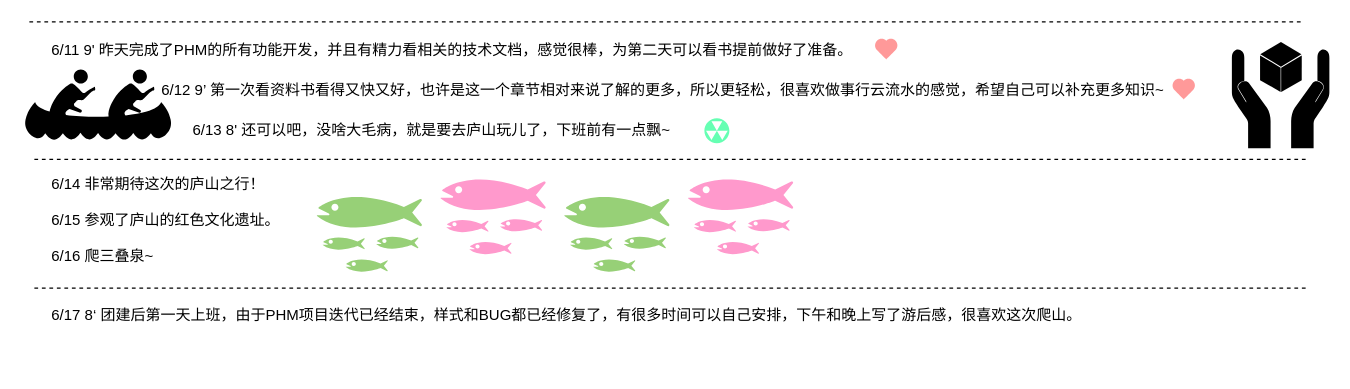
Earlier version of the draw.io diagram page "Page-2" (2 of 3) of Untitled Diagram.drawio (adnabb/Hello-World). Source tidied: cells renumbered, new cells numbered last; positions are measured from the earlier drawing's top-left corner, leaving out a move shared by most shapes. Both pictures are drawn from the tidied source at 125%, with x=0, y=0 at pixel (21, 21).
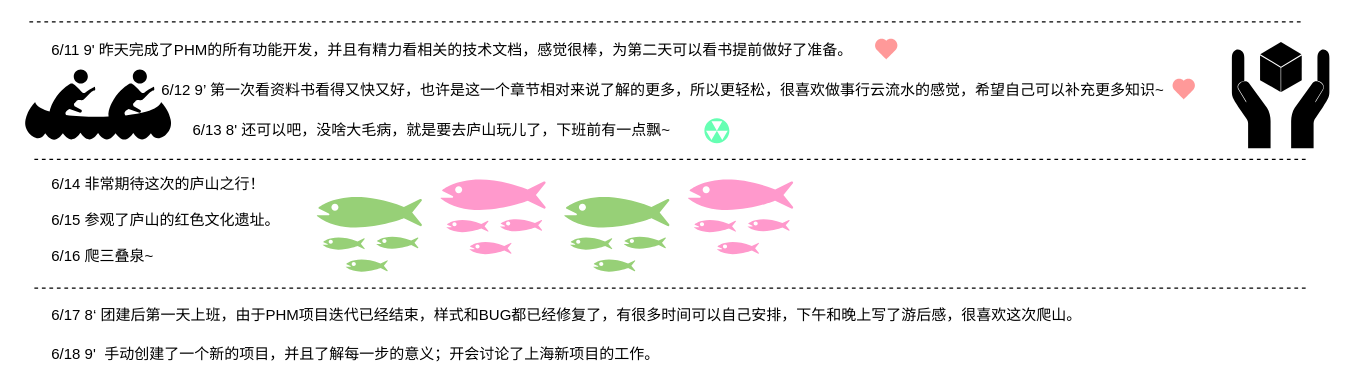
The same diagram, later.

Diff of the diagram source:
```diff
@@
+    <mxCell id="20" value="6/18 9'&amp;nbsp; 手动创建了一个新的项目，并且了解每一步的意义；开会讨论了上海新项目的工作。" style="text;html=1;align=left;verticalAlign=top;spacingTop=-4;" parent="1" vertex="1">
+      <mxGeometry x="22" y="256" width="500" height="20" as="geometry" />
+    </mxCell>
```
